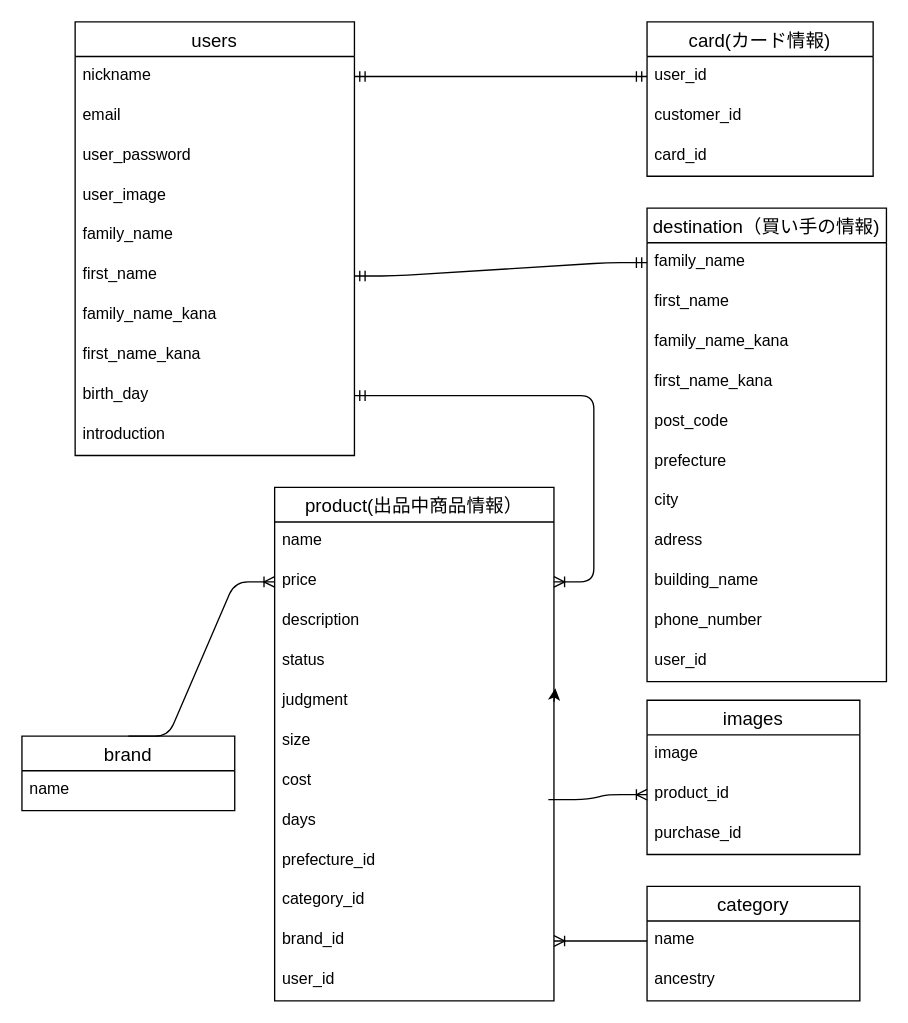
This is furima.dio from pyonkichi0628/furima-38835, a draw.io file, before an edit. Source tidied: cells renumbered, new cells numbered last; positions are measured from the earlier drawing's top-left corner, leaving out a move shared by most shapes. Both pictures are drawn from the tidied source at 133%, with x=0, y=0 at pixel (21, 21).
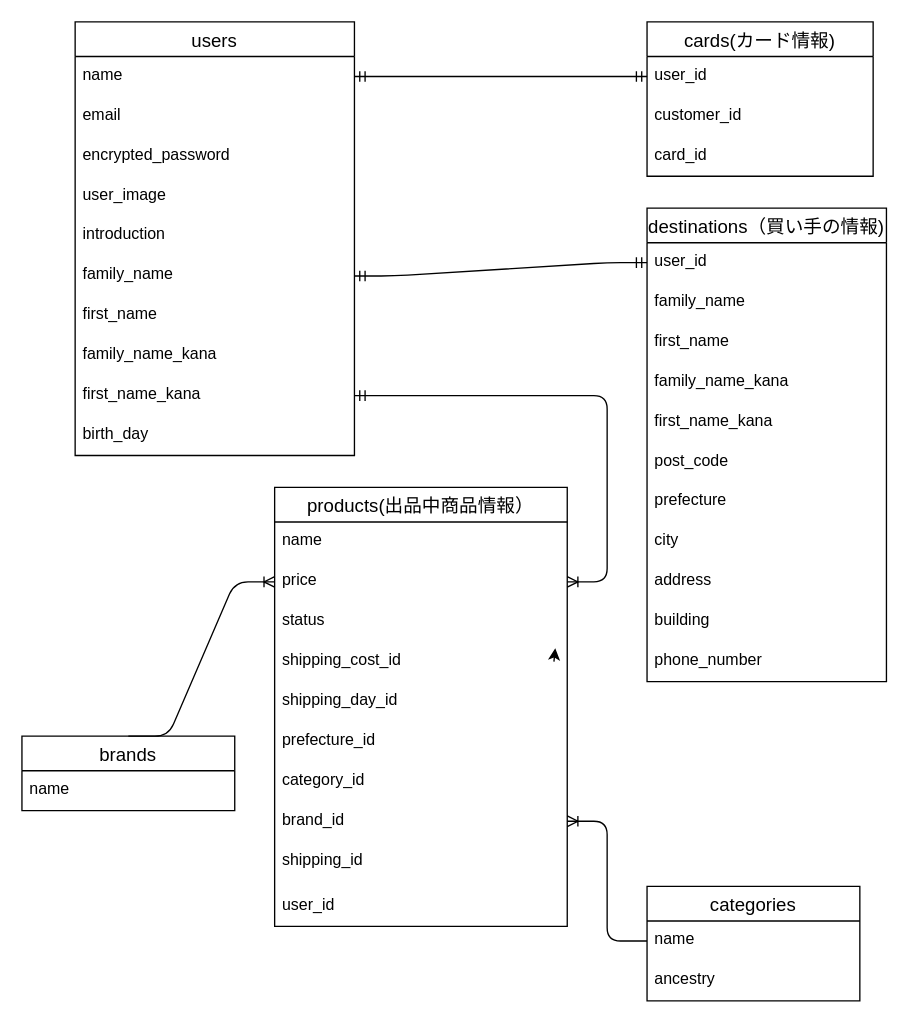
The same page after the edit.

Commit message (it also covers changes not shown here):
データベース設計_修正

Unchanged cells that the change refers to:
```xml
<mxCell id="2" value="users" style="swimlane;fontStyle=0;horizontal=1;startSize=26;align=center;fontSize=14;" parent="1" vertex="1">
  <mxGeometry x="40" width="210" height="326" as="geometry" />
</mxCell>
```

What changed in the source:
```diff
@@
-    <mxCell id="3" value="nickname" style="text;strokeColor=none;fillColor=none;spacingLeft=4;spacingRight=4;overflow=hidden;points=[[0,0.5],[1,0.5]];portConstraint=eastwest;fontSize=12;" parent="2" vertex="1">
+    <mxCell id="3" value="name" style="text;strokeColor=none;fillColor=none;spacingLeft=4;spacingRight=4;overflow=hidden;points=[[0,0.5],[1,0.5]];portConstraint=eastwest;fontSize=12;" parent="2" vertex="1">
       <mxGeometry y="26" width="210" height="30" as="geometry" />
     </mxCell>
@@
-    <mxCell id="5" value="user_password" style="text;strokeColor=none;fillColor=none;spacingLeft=4;spacingRight=4;overflow=hidden;fontSize=12;" parent="2" vertex="1">
+    <mxCell id="5" value="encrypted_password" style="text;strokeColor=none;fillColor=none;spacingLeft=4;spacingRight=4;overflow=hidden;fontSize=12;" parent="2" vertex="1">
       <mxGeometry y="86" width="210" height="30" as="geometry" />
     </mxCell>
@@
-    <mxCell id="7" value="family_name" style="text;strokeColor=none;fillColor=none;spacingLeft=4;spacingRight=4;overflow=hidden;fontSize=12;" parent="2" vertex="1">
+    <mxCell id="7" value="introduction" style="text;strokeColor=none;fillColor=none;spacingLeft=4;spacingRight=4;overflow=hidden;fontSize=12;" parent="2" vertex="1">
       <mxGeometry y="146" width="210" height="30" as="geometry" />
     </mxCell>
-    <mxCell id="8" value="first_name&#10;" style="text;strokeColor=none;fillColor=none;spacingLeft=4;spacingRight=4;overflow=hidden;points=[[0,0.5],[1,0.5]];portConstraint=eastwest;fontSize=12;" parent="2" vertex="1">
+    <mxCell id="8" value="family_name" style="text;strokeColor=none;fillColor=none;spacingLeft=4;spacingRight=4;overflow=hidden;points=[[0,0.5],[1,0.5]];portConstraint=eastwest;fontSize=12;" parent="2" vertex="1">
       <mxGeometry y="176" width="210" height="30" as="geometry" />
     </mxCell>
-    <mxCell id="9" value="family_name_kana" style="text;strokeColor=none;fillColor=none;spacingLeft=4;spacingRight=4;overflow=hidden;fontSize=12;" parent="2" vertex="1">
+    <mxCell id="9" value="first_name" style="text;strokeColor=none;fillColor=none;spacingLeft=4;spacingRight=4;overflow=hidden;fontSize=12;" parent="2" vertex="1">
       <mxGeometry y="206" width="210" height="30" as="geometry" />
     </mxCell>
-    <mxCell id="10" value="first_name_kana" style="text;strokeColor=none;fillColor=none;spacingLeft=4;spacingRight=4;overflow=hidden;fontSize=12;" parent="2" vertex="1">
+    <mxCell id="10" value="family_name_kana" style="text;strokeColor=none;fillColor=none;spacingLeft=4;spacingRight=4;overflow=hidden;fontSize=12;" parent="2" vertex="1">
       <mxGeometry y="236" width="210" height="30" as="geometry" />
     </mxCell>
-    <mxCell id="11" value="birth_day" style="text;strokeColor=none;fillColor=none;spacingLeft=4;spacingRight=4;overflow=hidden;points=[[0,0.5],[1,0.5]];portConstraint=eastwest;fontSize=12;" parent="2" vertex="1">
+    <mxCell id="11" value="first_name_kana" style="text;strokeColor=none;fillColor=none;spacingLeft=4;spacingRight=4;overflow=hidden;points=[[0,0.5],[1,0.5]];portConstraint=eastwest;fontSize=12;" parent="2" vertex="1">
       <mxGeometry y="266" width="210" height="30" as="geometry" />
     </mxCell>
-    <mxCell id="12" value="introduction" style="text;strokeColor=none;fillColor=none;spacingLeft=4;spacingRight=4;overflow=hidden;fontSize=12;" parent="2" vertex="1">
+    <mxCell id="12" value="birth_day" style="text;strokeColor=none;fillColor=none;spacingLeft=4;spacingRight=4;overflow=hidden;fontSize=12;" parent="2" vertex="1">
       <mxGeometry y="296" width="210" height="30" as="geometry" />
     </mxCell>
-    <mxCell id="13" value="card(カード情報)" style="swimlane;fontStyle=0;horizontal=1;startSize=26;align=center;fontSize=14;" parent="1" vertex="1">
+    <mxCell id="13" value="cards(カード情報)" style="swimlane;fontStyle=0;horizontal=1;startSize=26;align=center;fontSize=14;" parent="1" vertex="1">
       <mxGeometry x="470" width="170" height="116" as="geometry" />
     </mxCell>
@@
-    <mxCell id="17" value="destination（買い手の情報)" style="swimlane;fontStyle=0;horizontal=1;startSize=26;align=center;fontSize=14;" parent="1" vertex="1">
+    <mxCell id="17" value="destinations（買い手の情報)" style="swimlane;fontStyle=0;horizontal=1;startSize=26;align=center;fontSize=14;" parent="1" vertex="1">
       <mxGeometry x="470" y="140" width="180" height="356" as="geometry" />
     </mxCell>
-    <mxCell id="18" value="family_name" style="text;strokeColor=none;fillColor=none;spacingLeft=4;spacingRight=4;overflow=hidden;points=[[0,0.5],[1,0.5]];portConstraint=eastwest;fontSize=12;" parent="17" vertex="1">
+    <mxCell id="18" value="user_id" style="text;strokeColor=none;fillColor=none;spacingLeft=4;spacingRight=4;overflow=hidden;points=[[0,0.5],[1,0.5]];portConstraint=eastwest;fontSize=12;" parent="17" vertex="1">
       <mxGeometry y="26" width="180" height="30" as="geometry" />
     </mxCell>
-    <mxCell id="19" value="first_name" style="text;strokeColor=none;fillColor=none;spacingLeft=4;spacingRight=4;overflow=hidden;fontSize=12;" parent="17" vertex="1">
+    <mxCell id="19" value="family_name" style="text;strokeColor=none;fillColor=none;spacingLeft=4;spacingRight=4;overflow=hidden;fontSize=12;" parent="17" vertex="1">
       <mxGeometry y="56" width="180" height="30" as="geometry" />
     </mxCell>
-    <mxCell id="20" value="family_name_kana" style="text;strokeColor=none;fillColor=none;spacingLeft=4;spacingRight=4;overflow=hidden;fontSize=12;" parent="17" vertex="1">
+    <mxCell id="20" value="first_name" style="text;strokeColor=none;fillColor=none;spacingLeft=4;spacingRight=4;overflow=hidden;fontSize=12;" parent="17" vertex="1">
       <mxGeometry y="86" width="180" height="30" as="geometry" />
     </mxCell>
-    <mxCell id="21" value="first_name_kana" style="text;strokeColor=none;fillColor=none;spacingLeft=4;spacingRight=4;overflow=hidden;fontSize=12;" parent="17" vertex="1">
+    <mxCell id="21" value="family_name_kana" style="text;strokeColor=none;fillColor=none;spacingLeft=4;spacingRight=4;overflow=hidden;fontSize=12;" parent="17" vertex="1">
       <mxGeometry y="116" width="180" height="30" as="geometry" />
     </mxCell>
-    <mxCell id="22" value="post_code" style="text;strokeColor=none;fillColor=none;spacingLeft=4;spacingRight=4;overflow=hidden;fontSize=12;" parent="17" vertex="1">
+    <mxCell id="22" value="first_name_kana" style="text;strokeColor=none;fillColor=none;spacingLeft=4;spacingRight=4;overflow=hidden;fontSize=12;" parent="17" vertex="1">
       <mxGeometry y="146" width="180" height="30" as="geometry" />
     </mxCell>
-    <mxCell id="23" value="prefecture" style="text;strokeColor=none;fillColor=none;spacingLeft=4;spacingRight=4;overflow=hidden;fontSize=12;" parent="17" vertex="1">
+    <mxCell id="23" value="post_code" style="text;strokeColor=none;fillColor=none;spacingLeft=4;spacingRight=4;overflow=hidden;fontSize=12;" parent="17" vertex="1">
       <mxGeometry y="176" width="180" height="30" as="geometry" />
     </mxCell>
-    <mxCell id="24" value="city" style="text;strokeColor=none;fillColor=none;spacingLeft=4;spacingRight=4;overflow=hidden;fontSize=12;" parent="17" vertex="1">
+    <mxCell id="24" value="prefecture" style="text;strokeColor=none;fillColor=none;spacingLeft=4;spacingRight=4;overflow=hidden;fontSize=12;" parent="17" vertex="1">
       <mxGeometry y="206" width="180" height="30" as="geometry" />
     </mxCell>
-    <mxCell id="25" value="adress" style="text;strokeColor=none;fillColor=none;spacingLeft=4;spacingRight=4;overflow=hidden;fontSize=12;" parent="17" vertex="1">
+    <mxCell id="25" value="city" style="text;strokeColor=none;fillColor=none;spacingLeft=4;spacingRight=4;overflow=hidden;fontSize=12;" parent="17" vertex="1">
       <mxGeometry y="236" width="180" height="30" as="geometry" />
     </mxCell>
-    <mxCell id="26" value="building_name" style="text;strokeColor=none;fillColor=none;spacingLeft=4;spacingRight=4;overflow=hidden;fontSize=12;" parent="17" vertex="1">
+    <mxCell id="26" value="address" style="text;strokeColor=none;fillColor=none;spacingLeft=4;spacingRight=4;overflow=hidden;fontSize=12;" parent="17" vertex="1">
       <mxGeometry y="266" width="180" height="30" as="geometry" />
     </mxCell>
-    <mxCell id="27" value="phone_number" style="text;strokeColor=none;fillColor=none;spacingLeft=4;spacingRight=4;overflow=hidden;fontSize=12;" parent="17" vertex="1">
+    <mxCell id="27" value="building" style="text;strokeColor=none;fillColor=none;spacingLeft=4;spacingRight=4;overflow=hidden;fontSize=12;" parent="17" vertex="1">
       <mxGeometry y="296" width="180" height="30" as="geometry" />
     </mxCell>
-    <mxCell id="28" value="user_id" style="text;strokeColor=none;fillColor=none;spacingLeft=4;spacingRight=4;overflow=hidden;fontSize=12;" parent="17" vertex="1">
+    <mxCell id="28" value="phone_number" style="text;strokeColor=none;fillColor=none;spacingLeft=4;spacingRight=4;overflow=hidden;fontSize=12;" parent="17" vertex="1">
       <mxGeometry y="326" width="180" height="30" as="geometry" />
     </mxCell>
@@
-    <mxCell id="31" value="product(出品中商品情報）" style="swimlane;fontStyle=0;horizontal=1;startSize=26;align=center;fontSize=14;" parent="1" vertex="1">
-      <mxGeometry x="190" y="350" width="210" height="386" as="geometry" />
+    <mxCell id="31" value="products(出品中商品情報）" style="swimlane;fontStyle=0;horizontal=1;startSize=26;align=center;fontSize=14;" parent="1" vertex="1">
+      <mxGeometry x="190" y="350" width="220" height="330" as="geometry" />
     </mxCell>
     <mxCell id="32" value="name" style="text;strokeColor=none;fillColor=none;spacingLeft=4;spacingRight=4;overflow=hidden;fontSize=12;" parent="31" vertex="1">
-      <mxGeometry y="26" width="210" height="30" as="geometry" />
+      <mxGeometry y="26" width="220" height="30" as="geometry" />
     </mxCell>
     <mxCell id="33" value="price" style="text;strokeColor=none;fillColor=none;spacingLeft=4;spacingRight=4;overflow=hidden;points=[[0,0.5],[1,0.5]];portConstraint=eastwest;fontSize=12;" parent="31" vertex="1">
-      <mxGeometry y="56" width="210" height="30" as="geometry" />
+      <mxGeometry y="56" width="220" height="30" as="geometry" />
     </mxCell>
-    <mxCell id="34" value="description" style="text;strokeColor=none;fillColor=none;spacingLeft=4;spacingRight=4;overflow=hidden;fontSize=12;" parent="31" vertex="1">
-      <mxGeometry y="86" width="210" height="30" as="geometry" />
-    </mxCell>
     <mxCell id="35" value="status" style="text;strokeColor=none;fillColor=none;spacingLeft=4;spacingRight=4;overflow=hidden;fontSize=12;" parent="31" vertex="1">
-      <mxGeometry y="116" width="210" height="30" as="geometry" />
+      <mxGeometry y="86" width="220" height="30" as="geometry" />
     </mxCell>
-    <mxCell id="36" value="judgment" style="text;strokeColor=none;fillColor=none;spacingLeft=4;spacingRight=4;overflow=hidden;points=[[0,0.5],[1,0.5]];portConstraint=eastwest;fontSize=12;" parent="31" vertex="1">
-      <mxGeometry y="146" width="210" height="30" as="geometry" />
-    </mxCell>
-    <mxCell id="37" value="size" style="text;strokeColor=none;fillColor=none;spacingLeft=4;spacingRight=4;overflow=hidden;fontSize=12;" parent="31" vertex="1">
-      <mxGeometry y="176" width="210" height="30" as="geometry" />
-    </mxCell>
-    <mxCell id="38" value="cost" style="text;strokeColor=none;fillColor=none;spacingLeft=4;spacingRight=4;overflow=hidden;fontSize=12;" parent="31" vertex="1">
-      <mxGeometry y="206" width="210" height="30" as="geometry" />
+    <mxCell id="38" value="shipping_cost_id" style="text;strokeColor=none;fillColor=none;spacingLeft=4;spacingRight=4;overflow=hidden;fontSize=12;" parent="31" vertex="1">
+      <mxGeometry y="116" width="220" height="30" as="geometry" />
     </mxCell>
-    <mxCell id="39" value="days" style="text;strokeColor=none;fillColor=none;spacingLeft=4;spacingRight=4;overflow=hidden;points=[[0,0.5],[1,0.5]];portConstraint=eastwest;fontSize=12;" parent="31" vertex="1">
-      <mxGeometry y="236" width="210" height="30" as="geometry" />
+    <mxCell id="39" value="shipping_day_id" style="text;strokeColor=none;fillColor=none;spacingLeft=4;spacingRight=4;overflow=hidden;points=[[0,0.5],[1,0.5]];portConstraint=eastwest;fontSize=12;" parent="31" vertex="1">
+      <mxGeometry y="146" width="220" height="30" as="geometry" />
     </mxCell>
     <mxCell id="40" value="prefecture_id" style="text;strokeColor=none;fillColor=none;spacingLeft=4;spacingRight=4;overflow=hidden;fontSize=12;" parent="31" vertex="1">
-      <mxGeometry y="266" width="210" height="30" as="geometry" />
+      <mxGeometry y="176" width="220" height="30" as="geometry" />
     </mxCell>
     <mxCell id="41" value="category_id" style="text;strokeColor=none;fillColor=none;spacingLeft=4;spacingRight=4;overflow=hidden;fontSize=12;" parent="31" vertex="1">
-      <mxGeometry y="296" width="210" height="30" as="geometry" />
+      <mxGeometry y="206" width="220" height="30" as="geometry" />
     </mxCell>
     <mxCell id="42" value="brand_id" style="text;strokeColor=none;fillColor=none;spacingLeft=4;spacingRight=4;overflow=hidden;points=[[0,0.5],[1,0.5]];portConstraint=eastwest;fontSize=12;" parent="31" vertex="1">
-      <mxGeometry y="326" width="210" height="30" as="geometry" />
+      <mxGeometry y="236" width="220" height="30" as="geometry" />
     </mxCell>
+    <mxCell id="58" value="shipping_id" style="text;strokeColor=none;fillColor=none;spacingLeft=4;spacingRight=4;overflow=hidden;fontSize=12;" parent="31" vertex="1">
+      <mxGeometry y="266" width="220" height="34" as="geometry" />
+    </mxCell>
     <mxCell id="43" value="user_id" style="text;strokeColor=none;fillColor=none;spacingLeft=4;spacingRight=4;overflow=hidden;fontSize=12;" parent="31" vertex="1">
-      <mxGeometry y="356" width="210" height="30" as="geometry" />
+      <mxGeometry y="300" width="220" height="30" as="geometry" />
     </mxCell>
-    <mxCell id="44" style="edgeStyle=none;html=1;exitX=1;exitY=0.5;exitDx=0;exitDy=0;entryX=1.005;entryY=0.164;entryDx=0;entryDy=0;entryPerimeter=0;" parent="31" edge="1" source="36" target="36">
-      <mxGeometry relative="1" as="geometry" />
+    <mxCell id="44" style="edgeStyle=none;html=1;exitX=1;exitY=0.5;exitDx=0;exitDy=0;entryX=1.005;entryY=0.164;entryDx=0;entryDy=0;entryPerimeter=0;" parent="31" edge="1">
+      <mxGeometry relative="1" as="geometry">
+        <mxPoint x="210" y="131" as="sourcePoint" />
+        <mxPoint x="211" y="120.9" as="targetPoint" />
+      </mxGeometry>
     </mxCell>
@@
-    <mxCell id="46" value="images" style="swimlane;fontStyle=0;horizontal=1;startSize=26;align=center;fontSize=14;" parent="1" vertex="1">
-      <mxGeometry x="470" y="510" width="160" height="116" as="geometry" />
-    </mxCell>
-    <mxCell id="47" value="image" style="text;strokeColor=none;fillColor=none;spacingLeft=4;spacingRight=4;overflow=hidden;fontSize=12;" parent="46" vertex="1">
-      <mxGeometry y="26" width="160" height="30" as="geometry" />
-    </mxCell>
-    <mxCell id="48" value="product_id" style="text;strokeColor=none;fillColor=none;spacingLeft=4;spacingRight=4;overflow=hidden;points=[[0,0.5],[1,0.5]];portConstraint=eastwest;fontSize=12;" parent="46" vertex="1">
-      <mxGeometry y="56" width="160" height="30" as="geometry" />
-    </mxCell>
-    <mxCell id="49" value="purchase_id" style="text;strokeColor=none;fillColor=none;spacingLeft=4;spacingRight=4;overflow=hidden;fontSize=12;" parent="46" vertex="1">
-      <mxGeometry y="86" width="160" height="30" as="geometry" />
-    </mxCell>
-    <mxCell id="50" value="category" style="swimlane;fontStyle=0;horizontal=1;startSize=26;align=center;fontSize=14;" parent="1" vertex="1">
+    <mxCell id="50" value="categories" style="swimlane;fontStyle=0;horizontal=1;startSize=26;align=center;fontSize=14;" parent="1" vertex="1">
       <mxGeometry x="470" y="650" width="160" height="86" as="geometry" />
     </mxCell>
@@
-    <mxCell id="54" style="edgeStyle=entityRelationEdgeStyle;fontSize=12;html=1;endArrow=ERoneToMany;entryX=0;entryY=0.5;entryDx=0;entryDy=0;exitX=0.98;exitY=-0.044;exitDx=0;exitDy=0;exitPerimeter=0;" parent="1" edge="1" source="39" target="48">
-      <mxGeometry relative="1" as="geometry" />
-    </mxCell>
-    <mxCell id="55" value="brand" style="swimlane;fontStyle=0;horizontal=1;startSize=26;align=center;fontSize=14;" parent="1" vertex="1">
+    <mxCell id="55" value="brands" style="swimlane;fontStyle=0;horizontal=1;startSize=26;align=center;fontSize=14;" parent="1" vertex="1">
       <mxGeometry y="537" width="160" height="56" as="geometry" />
     </mxCell>
```
